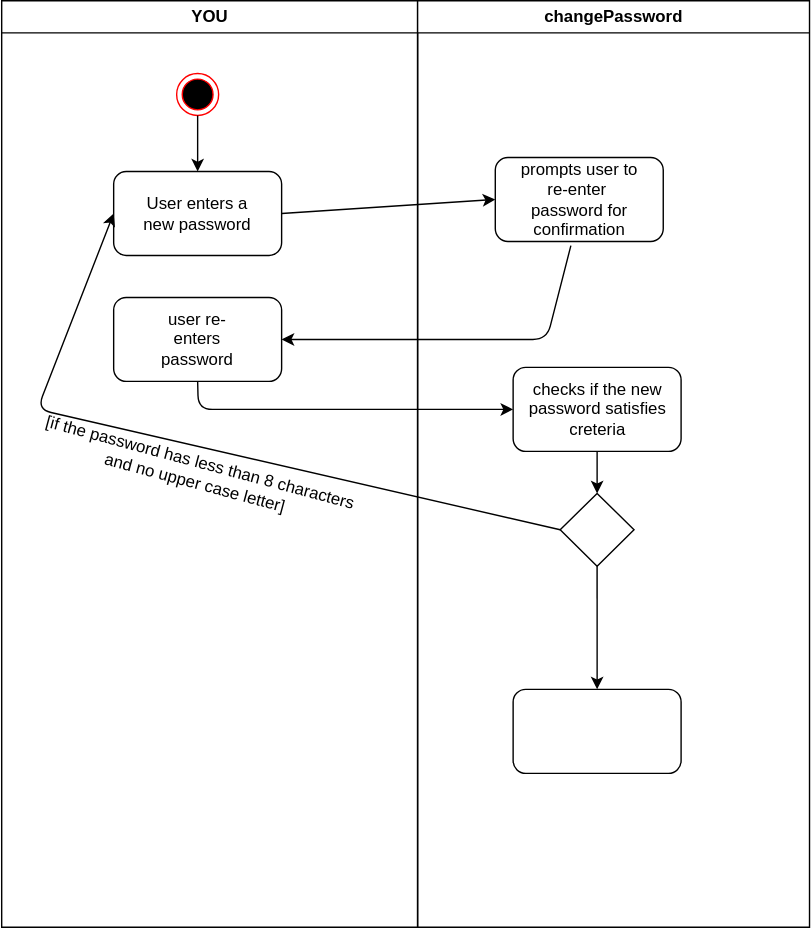
Above: classtest.svg in samuelpilusa365/myRepo (draw.io), before the change. Source tidied: cells renumbered, new cells last; positions are measured from the earlier drawing's top-left corner, leaving out a move shared by most shapes.
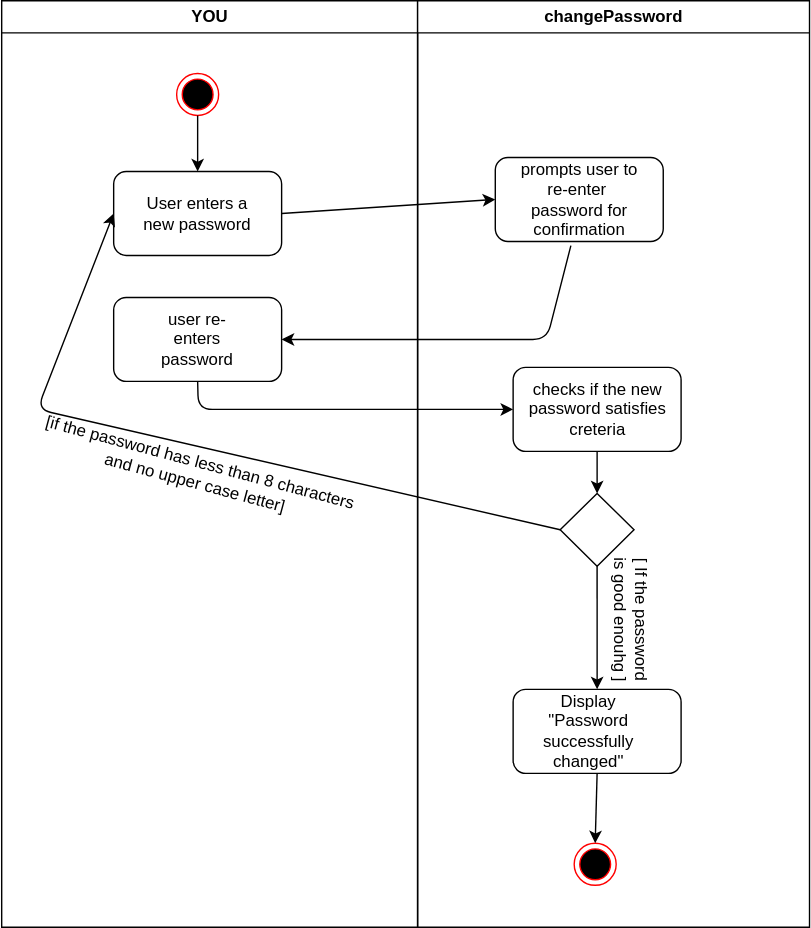
The same file after the commit.

What changed in the source:
```diff
@@ -53,6 +53,18 @@
     <mxCell id="18" style="endArrow=classic;html=1;exitX=0.5;exitY=1;exitDx=0;exitDy=0;entryX=0.5;entryY=0;entryDx=0;entryDy=0;" parent="10" edge="1" source="15" target="17">
       <mxGeometry relative="1" as="geometry" />
     </mxCell>
+    <mxCell id="23" value="[ If the password is good enouhg ]" style="text;html=1;strokeColor=none;fillColor=none;align=center;verticalAlign=middle;whiteSpace=wrap;rounded=0;rotation=90;" parent="10" vertex="1">
+      <mxGeometry x="101.9" y="432" width="102" height="20" as="geometry" />
+    </mxCell>
+    <mxCell id="24" value="Display &quot;Password successfully changed&quot;" style="text;html=1;strokeColor=none;fillColor=none;align=center;verticalAlign=middle;whiteSpace=wrap;rounded=0;" parent="10" vertex="1">
+      <mxGeometry x="101.9" y="512" width="40" height="20" as="geometry" />
+    </mxCell>
+    <mxCell id="25" style="ellipse;html=1;shape=endState;fillColor=#000000;strokeColor=#ff0000;" parent="10" vertex="1">
+      <mxGeometry x="111.9" y="602" width="30" height="30" as="geometry" />
+    </mxCell>
+    <mxCell id="26" style="endArrow=classic;html=1;exitX=0.5;exitY=1;exitDx=0;exitDy=0;entryX=0.5;entryY=0;entryDx=0;entryDy=0;" parent="10" edge="1" source="17" target="25">
+      <mxGeometry relative="1" as="geometry" />
+    </mxCell>
     <mxCell id="19" style="endArrow=classic;html=1;exitX=1;exitY=0.5;exitDx=0;exitDy=0;entryX=0;entryY=0.5;entryDx=0;entryDy=0;" parent="1" edge="1" source="4" target="11">
       <mxGeometry relative="1" as="geometry" />
     </mxCell>
```
